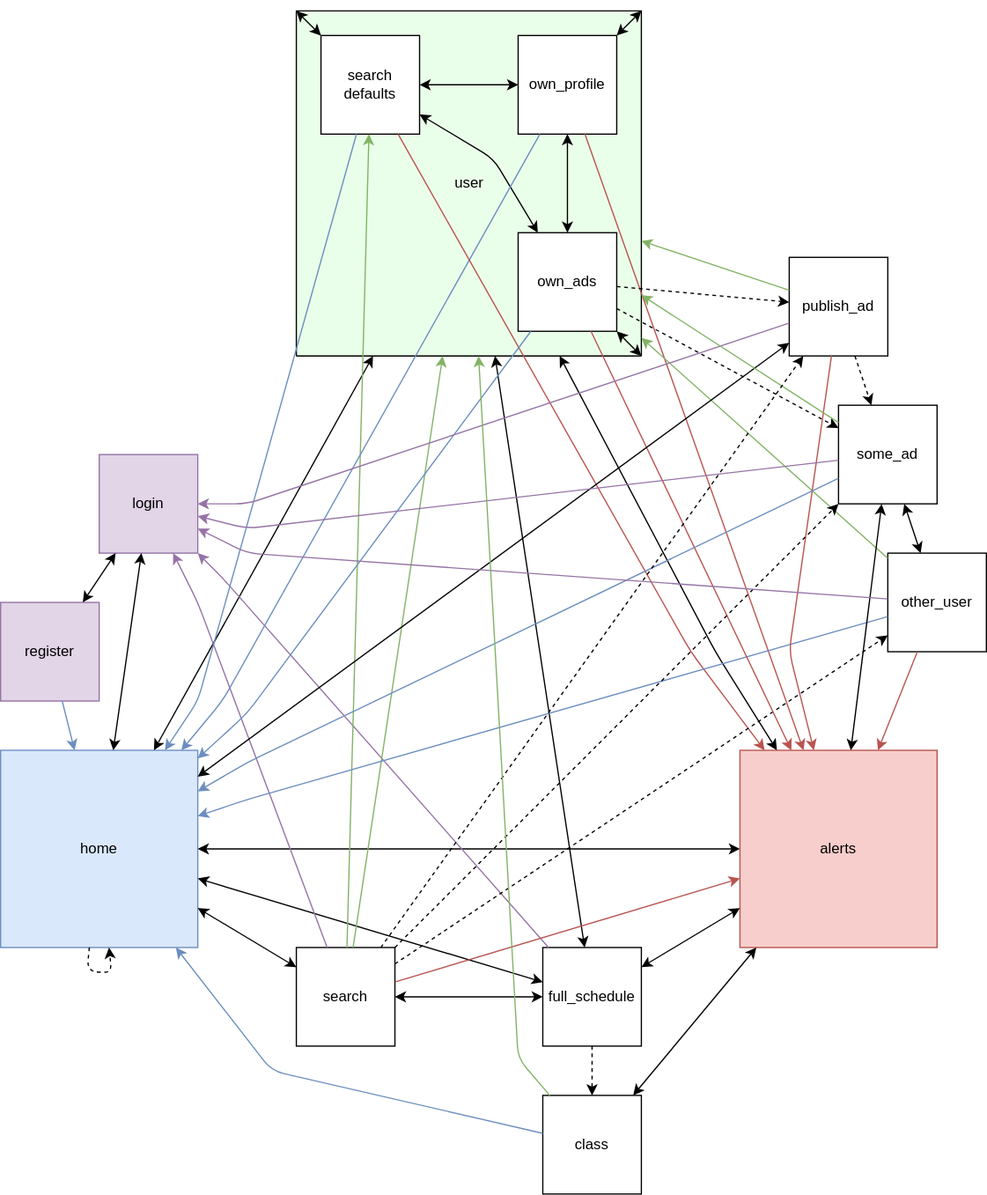
The draw.io diagram Documentation/Project Architect Files/site layout.svg in Debelyi-Illia/APTeam, before a commit. Source tidied: cells renumbered, new cells last; positions are measured from the earlier drawing's top-left corner, leaving out a move shared by most shapes.
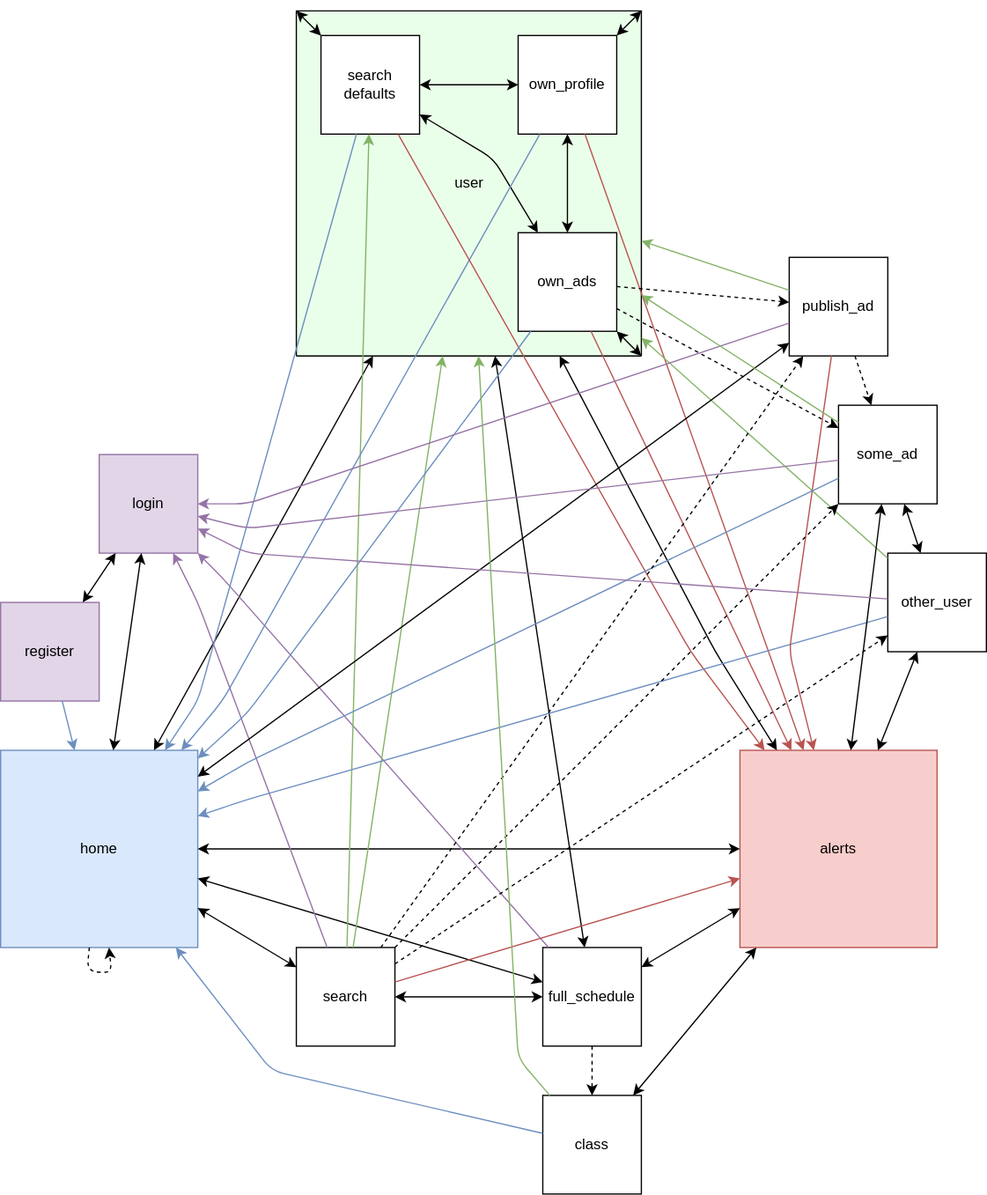
Above is the later version.

The edit, as a diff of the source:
```diff
@@ -147,9 +147,6 @@
         </Array>
       </mxGeometry>
     </mxCell>
-    <mxCell id="41" style="endArrow=classic;html=1;rounded=1;fillColor=#f8cecc;strokeColor=#b85450;" parent="1" edge="1" source="21" target="18">
-      <mxGeometry relative="1" as="geometry" />
-    </mxCell>
     <mxCell id="42" style="endArrow=classic;html=1;rounded=1;fillColor=#dae8fc;strokeColor=#6c8ebf;" parent="1" edge="1" source="21" target="14">
       <mxGeometry relative="1" as="geometry">
         <Array as="points">
@@ -271,5 +268,8 @@
     <mxCell id="68" style="endArrow=classic;html=1;rounded=1;dashed=1;" parent="1" edge="1" source="16" target="64">
       <mxGeometry relative="1" as="geometry" />
     </mxCell>
+    <mxCell id="69" style="endArrow=classic;startArrow=classic;html=1;rounded=0;" parent="1" edge="1" source="18" target="21">
+      <mxGeometry relative="1" as="geometry" />
+    </mxCell>
   </root>
 </mxGraphModel>
```
